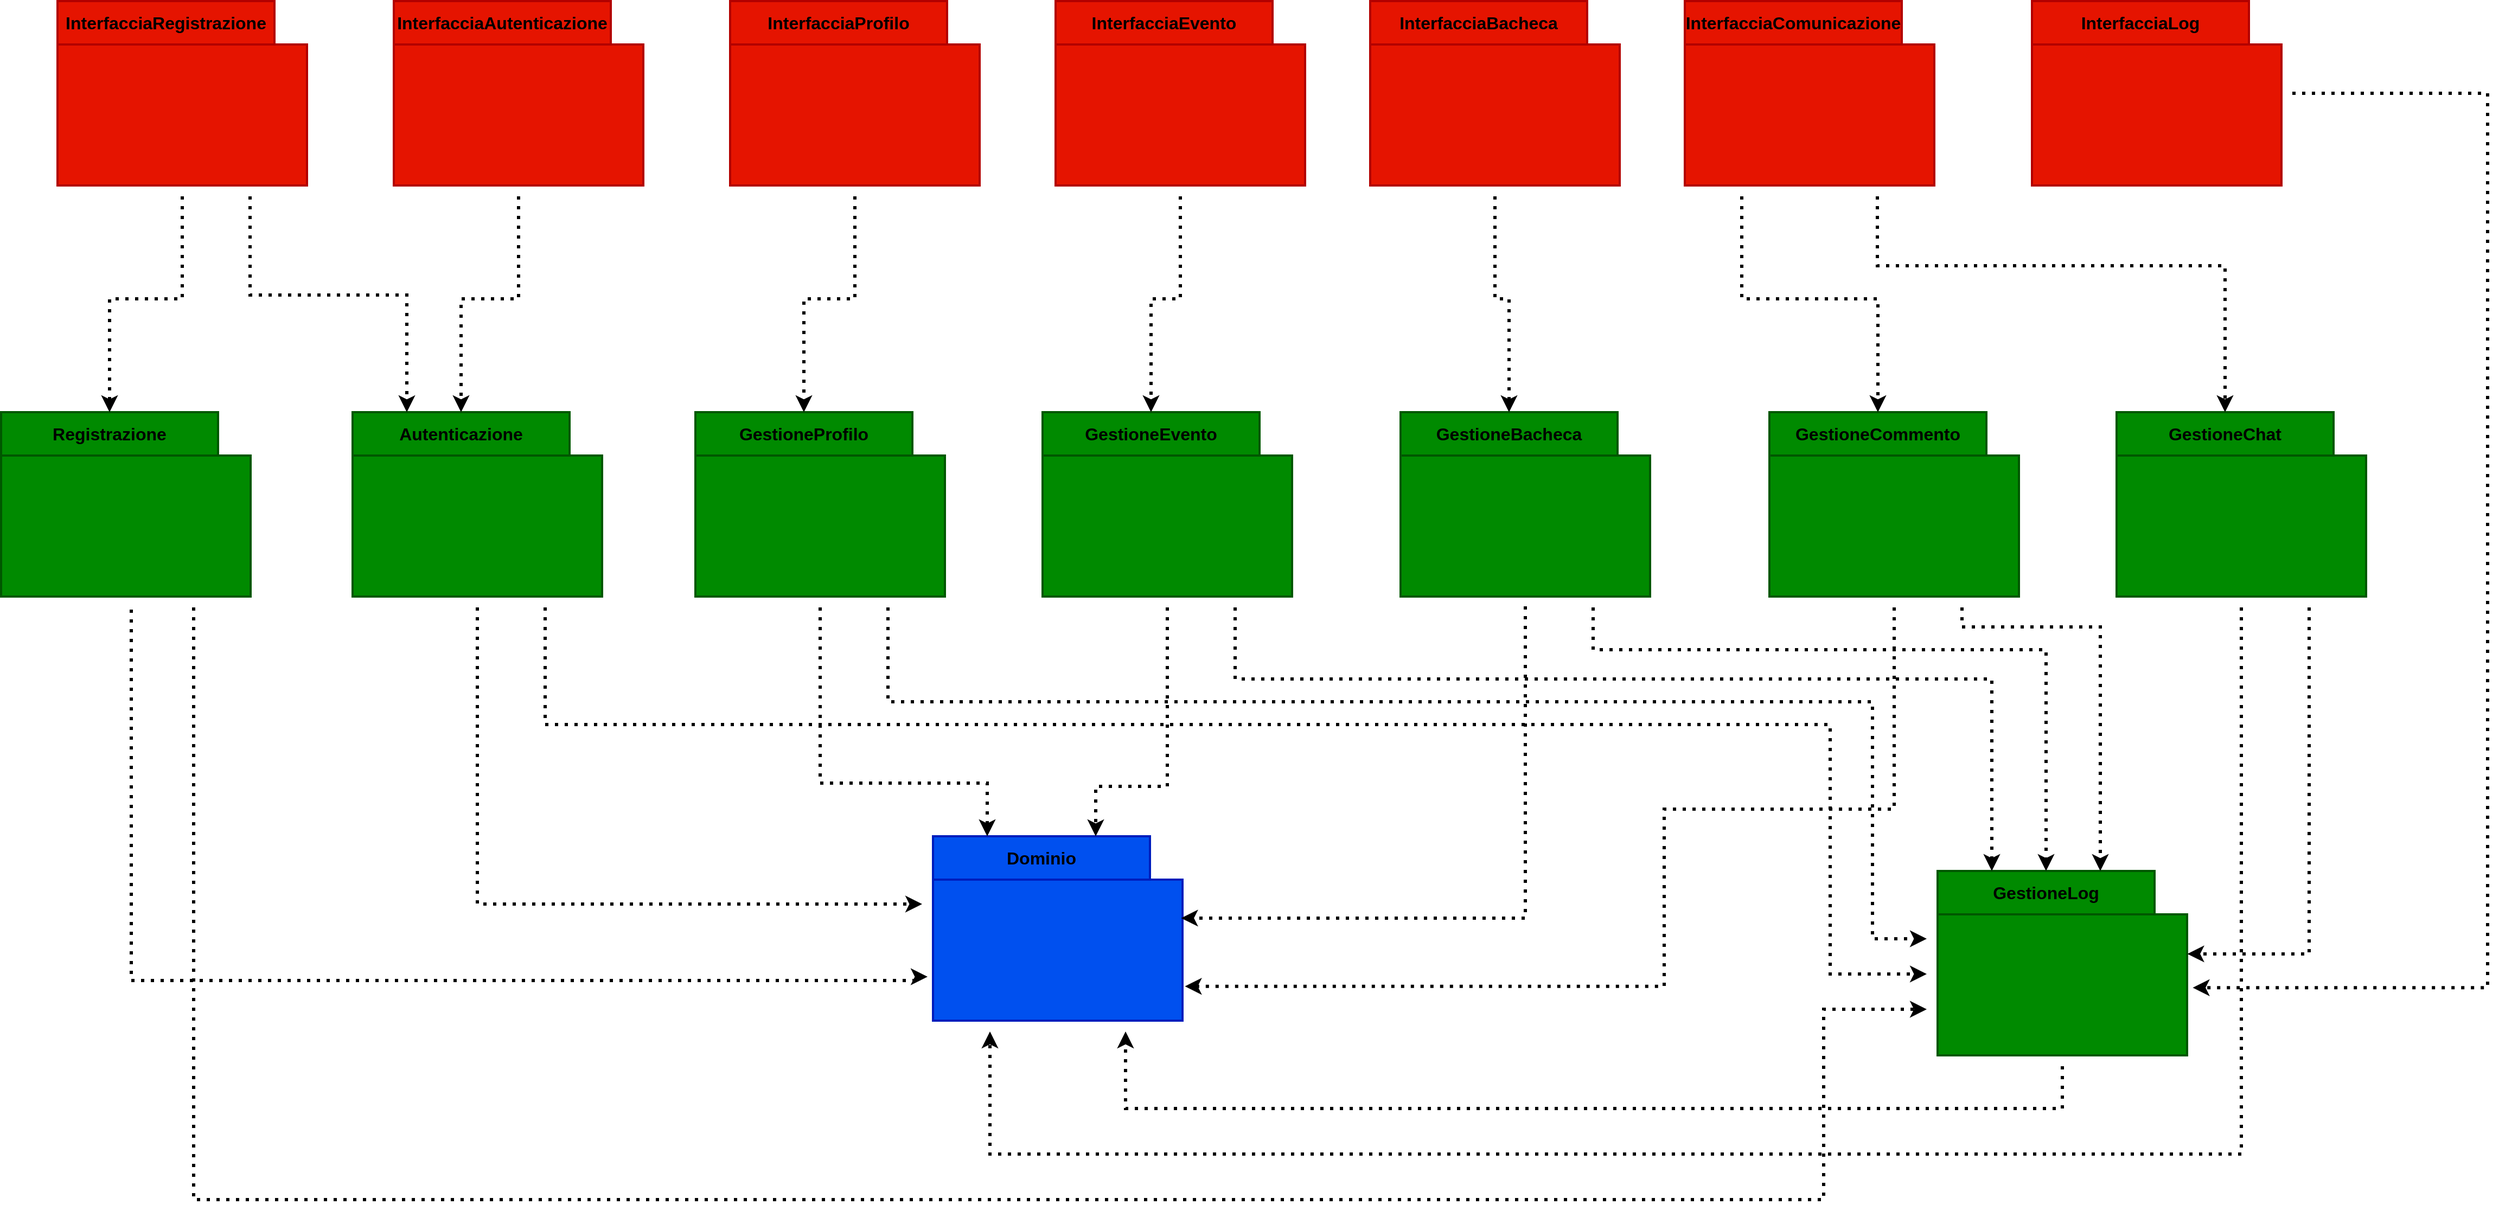
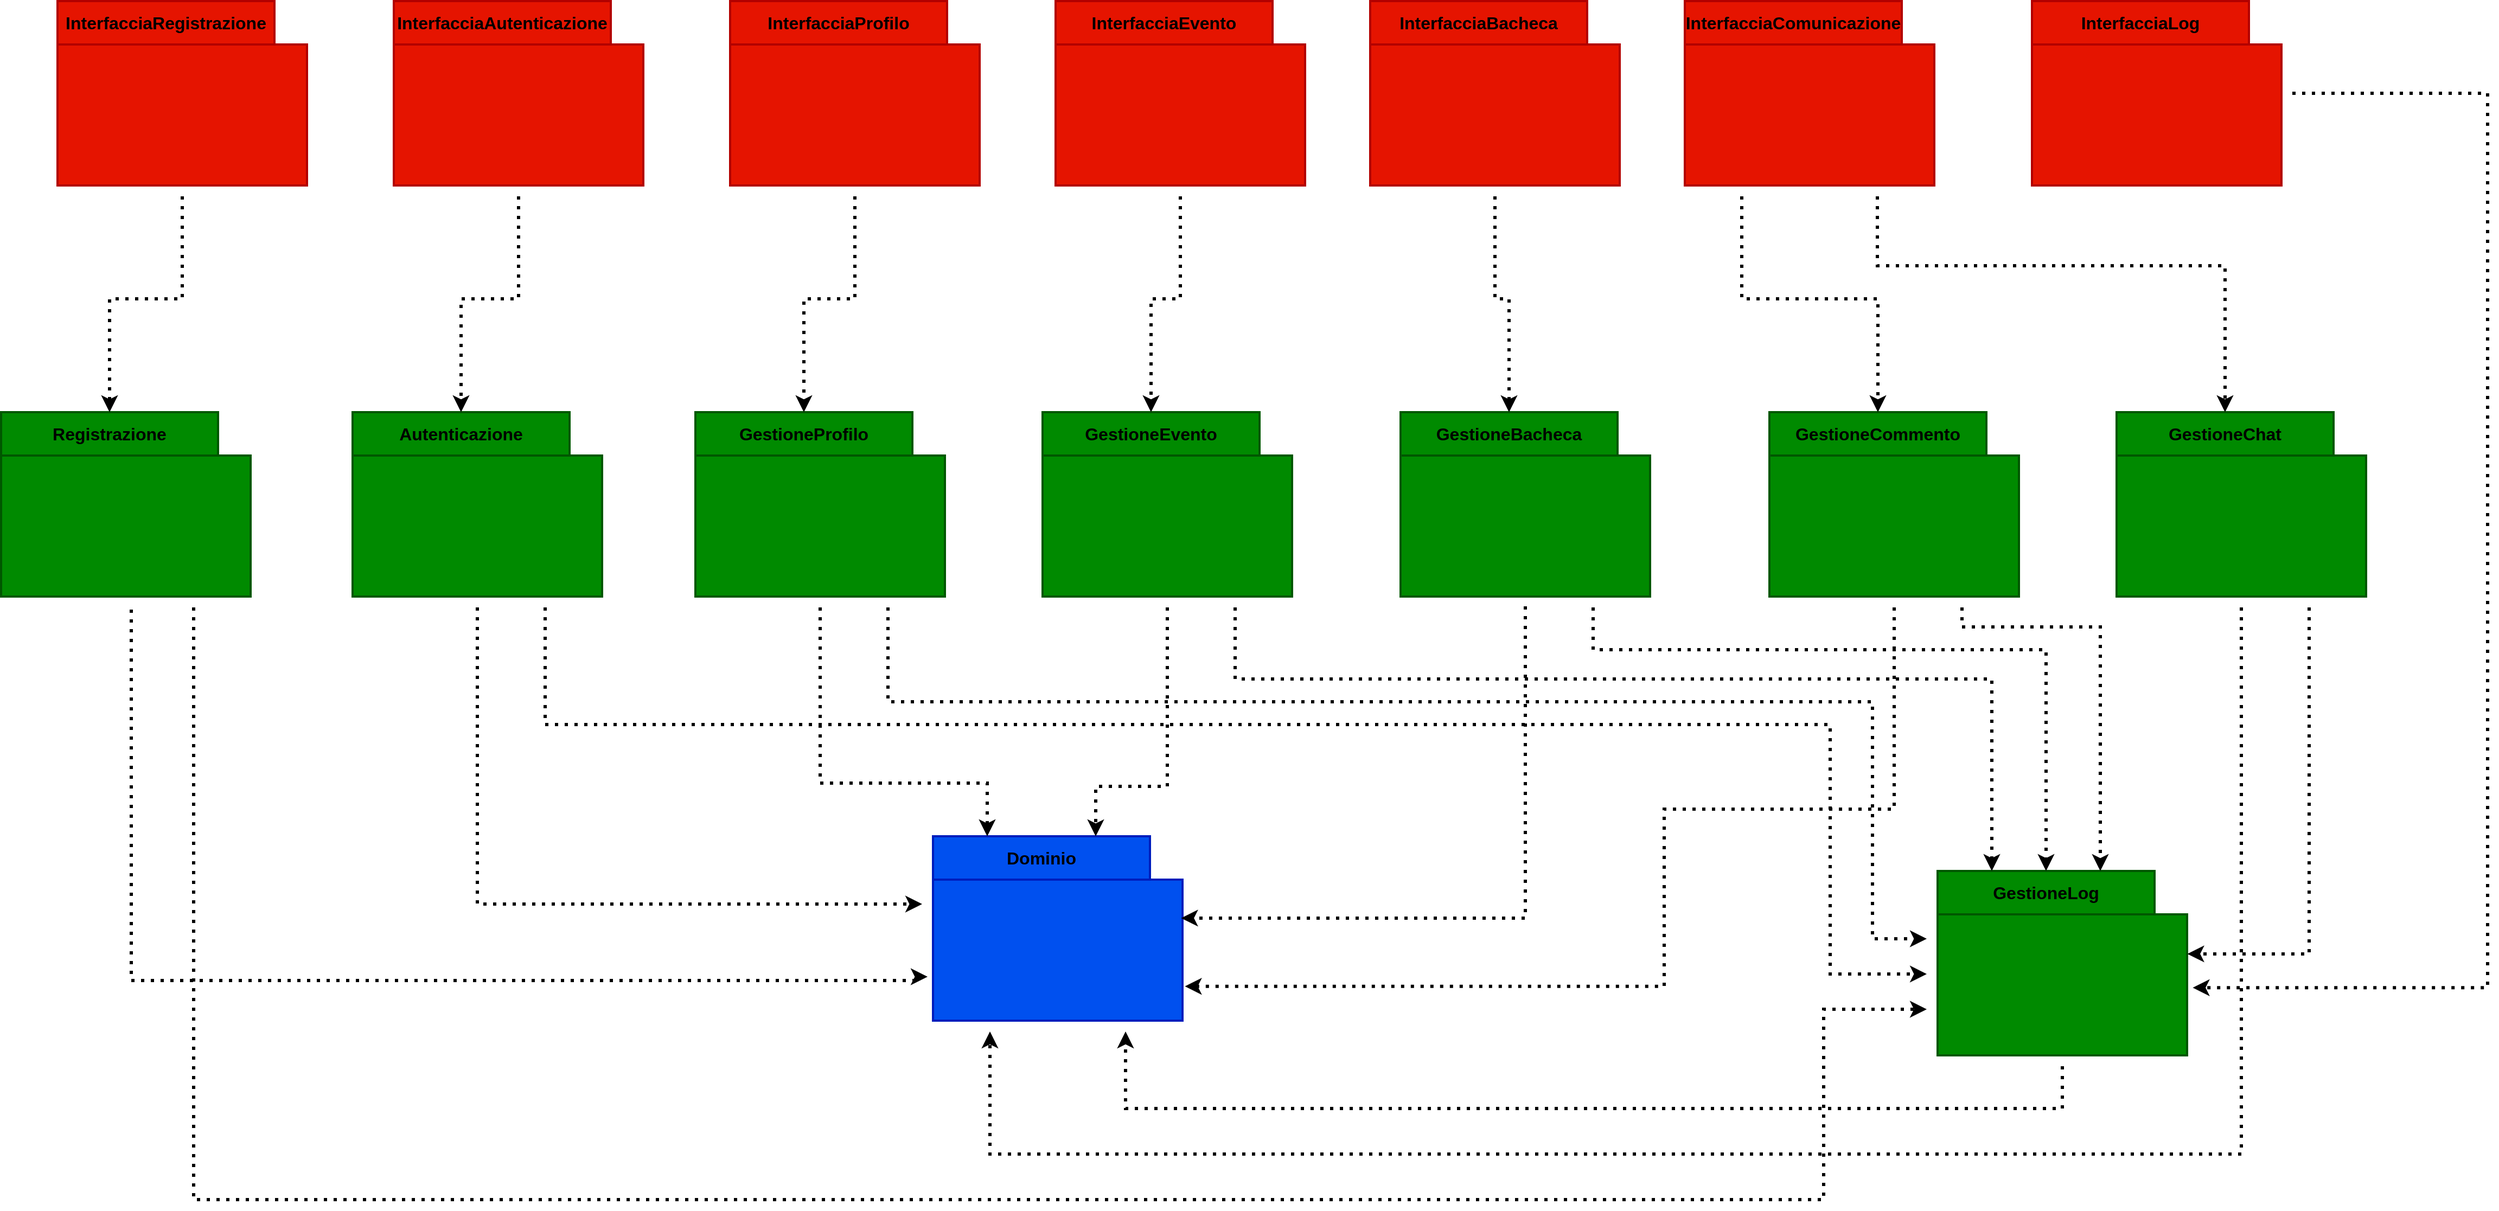
<mxfile host="app.diagrams.net">
  <diagram name="Pagina-1" id="C6Xn9rWfcdTAfyNl7rNL">
-     <mxGraphModel dx="2782" dy="958" grid="1" gridSize="3" guides="1" tooltips="1" connect="1" arrows="1" fold="1" page="1" pageScale="1" pageWidth="827" pageHeight="1169" background="#FFFFFF" math="0" shadow="0">
+     <mxGraphModel dx="1959" dy="555" grid="1" gridSize="3" guides="1" tooltips="1" connect="1" arrows="1" fold="1" page="1" pageScale="1" pageWidth="827" pageHeight="1169" background="#FFFFFF" math="0" shadow="0">
      <root>
        <mxCell id="0" />
        <mxCell id="1" parent="0" />
        <mxCell id="OB_2Yb948cWARCzSrTNX-7" connectable="0" parent="1" style="group" value="" vertex="1">
          <mxGeometry height="170" width="230" x="-257" y="20" as="geometry" />
        </mxCell>
        <mxCell id="OB_2Yb948cWARCzSrTNX-8" parent="OB_2Yb948cWARCzSrTNX-7" style="shape=folder;fontStyle=1;spacingTop=10;tabWidth=200;tabHeight=40;tabPosition=left;html=1;whiteSpace=wrap;labelPosition=center;verticalLabelPosition=middle;align=center;verticalAlign=middle;noLabel=0;enumerate=0;fillColor=#e51400;fontColor=#ffffff;strokeColor=light-dark(#B20000,#FFFFFF);perimeterSpacing=10;strokeWidth=2;" value="" vertex="1">
          <mxGeometry height="170" width="230" as="geometry" />
        </mxCell>
        <mxCell id="OB_2Yb948cWARCzSrTNX-9" parent="OB_2Yb948cWARCzSrTNX-7" style="text;html=1;whiteSpace=wrap;align=center;verticalAlign=middle;rounded=0;" value="&lt;font style=&quot;color: light-dark(rgb(0, 0, 0), rgb(0, 0, 0)); font-size: 16px;&quot;&gt;&lt;b style=&quot;&quot;&gt;InterfacciaRegistrazione&lt;/b&gt;&lt;/font&gt;" vertex="1">
          <mxGeometry height="39" width="200" as="geometry" />
        </mxCell>
        <mxCell id="OB_2Yb948cWARCzSrTNX-25" connectable="0" parent="1" style="group" value="" vertex="1">
          <mxGeometry height="170" width="230" x="53" y="20" as="geometry" />
        </mxCell>
        <mxCell id="OB_2Yb948cWARCzSrTNX-26" parent="OB_2Yb948cWARCzSrTNX-25" style="shape=folder;fontStyle=1;spacingTop=10;tabWidth=200;tabHeight=40;tabPosition=left;html=1;whiteSpace=wrap;labelPosition=center;verticalLabelPosition=middle;align=center;verticalAlign=middle;noLabel=0;enumerate=0;fillColor=#e51400;fontColor=#ffffff;strokeColor=light-dark(#B20000,#FFFFFF);perimeterSpacing=10;strokeWidth=2;" value="" vertex="1">
          <mxGeometry height="170" width="230" as="geometry" />
        </mxCell>
        <mxCell id="OB_2Yb948cWARCzSrTNX-27" parent="OB_2Yb948cWARCzSrTNX-25" style="text;html=1;whiteSpace=wrap;align=center;verticalAlign=middle;rounded=0;" value="&lt;font style=&quot;color: light-dark(rgb(0, 0, 0), rgb(0, 0, 0)); font-size: 16px;&quot;&gt;&lt;b style=&quot;&quot;&gt;InterfacciaAutenticazione&lt;/b&gt;&lt;/font&gt;" vertex="1">
          <mxGeometry height="39" width="200" as="geometry" />
        </mxCell>
        <mxCell id="OB_2Yb948cWARCzSrTNX-29" connectable="0" parent="1" style="group" value="" vertex="1">
          <mxGeometry height="170" width="230" x="363" y="20" as="geometry" />
        </mxCell>
        <mxCell id="OB_2Yb948cWARCzSrTNX-30" parent="OB_2Yb948cWARCzSrTNX-29" style="shape=folder;fontStyle=1;spacingTop=10;tabWidth=200;tabHeight=40;tabPosition=left;html=1;whiteSpace=wrap;labelPosition=center;verticalLabelPosition=middle;align=center;verticalAlign=middle;noLabel=0;enumerate=0;fillColor=#e51400;fontColor=#ffffff;strokeColor=light-dark(#B20000,#FFFFFF);perimeterSpacing=10;strokeWidth=2;" value="" vertex="1">
          <mxGeometry height="170" width="230" as="geometry" />
        </mxCell>
        <mxCell id="OB_2Yb948cWARCzSrTNX-31" parent="OB_2Yb948cWARCzSrTNX-29" style="text;html=1;whiteSpace=wrap;align=center;verticalAlign=middle;rounded=0;" value="&lt;font style=&quot;color: light-dark(rgb(0, 0, 0), rgb(0, 0, 0)); font-size: 16px;&quot;&gt;&lt;b style=&quot;&quot;&gt;InterfacciaProfilo&lt;/b&gt;&lt;/font&gt;" vertex="1">
          <mxGeometry height="39" width="200" as="geometry" />
        </mxCell>
        <mxCell id="OB_2Yb948cWARCzSrTNX-32" connectable="0" parent="1" style="group" value="" vertex="1">
          <mxGeometry height="170" width="230" x="663" y="20" as="geometry" />
        </mxCell>
        <mxCell id="OB_2Yb948cWARCzSrTNX-33" parent="OB_2Yb948cWARCzSrTNX-32" style="shape=folder;fontStyle=1;spacingTop=10;tabWidth=200;tabHeight=40;tabPosition=left;html=1;whiteSpace=wrap;labelPosition=center;verticalLabelPosition=middle;align=center;verticalAlign=middle;noLabel=0;enumerate=0;fillColor=#e51400;fontColor=#ffffff;strokeColor=light-dark(#B20000,#FFFFFF);perimeterSpacing=10;strokeWidth=2;" value="" vertex="1">
          <mxGeometry height="170" width="230" as="geometry" />
        </mxCell>
        <mxCell id="OB_2Yb948cWARCzSrTNX-34" parent="OB_2Yb948cWARCzSrTNX-32" style="text;html=1;whiteSpace=wrap;align=center;verticalAlign=middle;rounded=0;" value="&lt;font style=&quot;color: light-dark(rgb(0, 0, 0), rgb(0, 0, 0)); font-size: 16px;&quot;&gt;&lt;b style=&quot;&quot;&gt;InterfacciaEvento&lt;/b&gt;&lt;/font&gt;" vertex="1">
          <mxGeometry height="39" width="200" as="geometry" />
        </mxCell>
        <mxCell id="OB_2Yb948cWARCzSrTNX-35" connectable="0" parent="1" style="group" value="" vertex="1">
          <mxGeometry height="170" width="230" x="1243" y="20" as="geometry" />
        </mxCell>
        <mxCell id="OB_2Yb948cWARCzSrTNX-36" parent="OB_2Yb948cWARCzSrTNX-35" style="shape=folder;fontStyle=1;spacingTop=10;tabWidth=200;tabHeight=40;tabPosition=left;html=1;whiteSpace=wrap;labelPosition=center;verticalLabelPosition=middle;align=center;verticalAlign=middle;noLabel=0;enumerate=0;fillColor=#e51400;fontColor=#ffffff;strokeColor=light-dark(#B20000,#FFFFFF);perimeterSpacing=10;strokeWidth=2;" value="" vertex="1">
          <mxGeometry height="170" width="230" as="geometry" />
        </mxCell>
        <mxCell id="OB_2Yb948cWARCzSrTNX-37" parent="OB_2Yb948cWARCzSrTNX-35" style="text;html=1;whiteSpace=wrap;align=center;verticalAlign=middle;rounded=0;" value="&lt;font style=&quot;color: light-dark(rgb(0, 0, 0), rgb(0, 0, 0)); font-size: 16px;&quot;&gt;&lt;b style=&quot;&quot;&gt;InterfacciaComunicazione&lt;/b&gt;&lt;/font&gt;" vertex="1">
          <mxGeometry height="39" width="200" as="geometry" />
        </mxCell>
        <mxCell id="OB_2Yb948cWARCzSrTNX-38" connectable="0" parent="1" style="group" value="" vertex="1">
          <mxGeometry height="170" width="230" x="1563" y="20" as="geometry" />
        </mxCell>
        <mxCell id="OB_2Yb948cWARCzSrTNX-39" parent="OB_2Yb948cWARCzSrTNX-38" style="shape=folder;fontStyle=1;spacingTop=10;tabWidth=200;tabHeight=40;tabPosition=left;html=1;whiteSpace=wrap;labelPosition=center;verticalLabelPosition=middle;align=center;verticalAlign=middle;noLabel=0;enumerate=0;fillColor=#e51400;fontColor=#ffffff;strokeColor=light-dark(#B20000,#FFFFFF);perimeterSpacing=10;strokeWidth=2;" value="" vertex="1">
          <mxGeometry height="170" width="230" as="geometry" />
        </mxCell>
        <mxCell id="OB_2Yb948cWARCzSrTNX-40" parent="OB_2Yb948cWARCzSrTNX-38" style="text;html=1;whiteSpace=wrap;align=center;verticalAlign=middle;rounded=0;" value="&lt;font style=&quot;color: light-dark(rgb(0, 0, 0), rgb(0, 0, 0)); font-size: 16px;&quot;&gt;&lt;b style=&quot;&quot;&gt;InterfacciaLog&lt;/b&gt;&lt;/font&gt;" vertex="1">
          <mxGeometry height="39" width="200" as="geometry" />
        </mxCell>
        <mxCell id="OB_2Yb948cWARCzSrTNX-41" connectable="0" parent="1" style="group;strokeWidth=2;strokeColor=none;" value="" vertex="1">
          <mxGeometry height="170" width="230" x="550" y="790" as="geometry" />
        </mxCell>
        <mxCell id="OB_2Yb948cWARCzSrTNX-42" parent="OB_2Yb948cWARCzSrTNX-41" style="shape=folder;fontStyle=1;spacingTop=10;tabWidth=200;tabHeight=40;tabPosition=left;html=1;whiteSpace=wrap;labelPosition=center;verticalLabelPosition=middle;align=center;verticalAlign=middle;noLabel=0;enumerate=0;fillColor=#0050ef;fontColor=#ffffff;strokeColor=light-dark(#001DBC,#FFFFFF);perimeterSpacing=10;strokeWidth=2;" value="" vertex="1">
          <mxGeometry height="170" width="230" as="geometry" />
        </mxCell>
        <mxCell id="OB_2Yb948cWARCzSrTNX-43" parent="OB_2Yb948cWARCzSrTNX-41" style="text;html=1;whiteSpace=wrap;align=center;verticalAlign=middle;rounded=0;" value="&lt;font style=&quot;color: light-dark(rgb(0, 0, 0), rgb(0, 0, 0)); font-size: 16px;&quot;&gt;&lt;b style=&quot;&quot;&gt;Dominio&lt;/b&gt;&lt;/font&gt;" vertex="1">
          <mxGeometry height="39" width="200" as="geometry" />
        </mxCell>
        <mxCell id="OB_2Yb948cWARCzSrTNX-44" connectable="0" parent="1" style="group" value="" vertex="1">
          <mxGeometry height="170" width="230" x="953" y="20" as="geometry" />
        </mxCell>
        <mxCell id="OB_2Yb948cWARCzSrTNX-45" parent="OB_2Yb948cWARCzSrTNX-44" style="shape=folder;fontStyle=1;spacingTop=10;tabWidth=200;tabHeight=40;tabPosition=left;html=1;whiteSpace=wrap;labelPosition=center;verticalLabelPosition=middle;align=center;verticalAlign=middle;noLabel=0;enumerate=0;fillColor=#e51400;fontColor=#ffffff;strokeColor=light-dark(#B20000,#FFFFFF);perimeterSpacing=10;strokeWidth=2;" value="" vertex="1">
          <mxGeometry height="170" width="230" as="geometry" />
        </mxCell>
        <mxCell id="OB_2Yb948cWARCzSrTNX-46" parent="OB_2Yb948cWARCzSrTNX-44" style="text;html=1;whiteSpace=wrap;align=center;verticalAlign=middle;rounded=0;" value="&lt;font style=&quot;color: light-dark(rgb(0, 0, 0), rgb(0, 0, 0)); font-size: 16px;&quot;&gt;&lt;b style=&quot;&quot;&gt;InterfacciaBacheca&lt;/b&gt;&lt;/font&gt;" vertex="1">
          <mxGeometry height="39" width="200" as="geometry" />
        </mxCell>
        <mxCell id="OB_2Yb948cWARCzSrTNX-47" connectable="0" parent="1" style="group" value="" vertex="1">
          <mxGeometry height="170" width="230" x="-309" y="399" as="geometry" />
        </mxCell>
        <mxCell id="OB_2Yb948cWARCzSrTNX-48" parent="OB_2Yb948cWARCzSrTNX-47" style="shape=folder;fontStyle=1;spacingTop=10;tabWidth=200;tabHeight=40;tabPosition=left;html=1;whiteSpace=wrap;labelPosition=center;verticalLabelPosition=middle;align=center;verticalAlign=middle;noLabel=0;enumerate=0;fillColor=#008a00;fontColor=#ffffff;strokeColor=light-dark(#005700,#FFFFFF);perimeterSpacing=10;strokeWidth=2;" value="" vertex="1">
          <mxGeometry height="170" width="230" as="geometry" />
        </mxCell>
        <mxCell id="OB_2Yb948cWARCzSrTNX-49" parent="OB_2Yb948cWARCzSrTNX-47" style="text;html=1;whiteSpace=wrap;align=center;verticalAlign=middle;rounded=0;" value="&lt;font style=&quot;color: light-dark(rgb(0, 0, 0), rgb(0, 0, 0)); font-size: 16px;&quot;&gt;&lt;b style=&quot;&quot;&gt;Registrazione&lt;/b&gt;&lt;/font&gt;" vertex="1">
          <mxGeometry height="39" width="200" as="geometry" />
        </mxCell>
        <mxCell id="OB_2Yb948cWARCzSrTNX-50" connectable="0" parent="1" style="group" value="" vertex="1">
          <mxGeometry height="170" width="230" x="15" y="399" as="geometry" />
        </mxCell>
        <mxCell id="OB_2Yb948cWARCzSrTNX-51" parent="OB_2Yb948cWARCzSrTNX-50" style="shape=folder;fontStyle=1;spacingTop=10;tabWidth=200;tabHeight=40;tabPosition=left;html=1;whiteSpace=wrap;labelPosition=center;verticalLabelPosition=middle;align=center;verticalAlign=middle;noLabel=0;enumerate=0;fillColor=#008a00;fontColor=#ffffff;strokeColor=light-dark(#005700,#FFFFFF);perimeterSpacing=10;strokeWidth=2;" value="" vertex="1">
          <mxGeometry height="170" width="230" as="geometry" />
        </mxCell>
        <mxCell id="OB_2Yb948cWARCzSrTNX-52" parent="OB_2Yb948cWARCzSrTNX-50" style="text;html=1;whiteSpace=wrap;align=center;verticalAlign=middle;rounded=0;" value="&lt;font style=&quot;color: light-dark(rgb(0, 0, 0), rgb(0, 0, 0)); font-size: 16px;&quot;&gt;&lt;b style=&quot;&quot;&gt;Autenticazione&lt;/b&gt;&lt;/font&gt;" vertex="1">
          <mxGeometry height="39" width="200" as="geometry" />
        </mxCell>
        <mxCell id="OB_2Yb948cWARCzSrTNX-53" connectable="0" parent="1" style="group" value="" vertex="1">
          <mxGeometry height="170" width="230" x="331" y="399" as="geometry" />
        </mxCell>
        <mxCell id="OB_2Yb948cWARCzSrTNX-54" parent="OB_2Yb948cWARCzSrTNX-53" style="shape=folder;fontStyle=1;spacingTop=10;tabWidth=200;tabHeight=40;tabPosition=left;html=1;whiteSpace=wrap;labelPosition=center;verticalLabelPosition=middle;align=center;verticalAlign=middle;noLabel=0;enumerate=0;fillColor=#008a00;fontColor=#ffffff;strokeColor=light-dark(#005700,#FFFFFF);perimeterSpacing=10;strokeWidth=2;" value="" vertex="1">
          <mxGeometry height="170" width="230" as="geometry" />
        </mxCell>
        <mxCell id="OB_2Yb948cWARCzSrTNX-55" parent="OB_2Yb948cWARCzSrTNX-53" style="text;html=1;whiteSpace=wrap;align=center;verticalAlign=middle;rounded=0;" value="&lt;font style=&quot;color: light-dark(rgb(0, 0, 0), rgb(0, 0, 0)); font-size: 16px;&quot;&gt;&lt;b style=&quot;&quot;&gt;GestioneProfilo&lt;/b&gt;&lt;/font&gt;" vertex="1">
          <mxGeometry height="39" width="200" as="geometry" />
        </mxCell>
        <mxCell id="OB_2Yb948cWARCzSrTNX-56" connectable="0" parent="1" style="group" value="" vertex="1">
          <mxGeometry height="170" width="230" x="651" y="399" as="geometry" />
        </mxCell>
        <mxCell id="OB_2Yb948cWARCzSrTNX-57" parent="OB_2Yb948cWARCzSrTNX-56" style="shape=folder;fontStyle=1;spacingTop=10;tabWidth=200;tabHeight=40;tabPosition=left;html=1;whiteSpace=wrap;labelPosition=center;verticalLabelPosition=middle;align=center;verticalAlign=middle;noLabel=0;enumerate=0;fillColor=#008a00;fontColor=#ffffff;strokeColor=light-dark(#005700,#FFFFFF);perimeterSpacing=10;strokeWidth=2;" value="" vertex="1">
          <mxGeometry height="170" width="230" as="geometry" />
        </mxCell>
        <mxCell id="OB_2Yb948cWARCzSrTNX-58" parent="OB_2Yb948cWARCzSrTNX-56" style="text;html=1;whiteSpace=wrap;align=center;verticalAlign=middle;rounded=0;" value="&lt;font style=&quot;color: light-dark(rgb(0, 0, 0), rgb(0, 0, 0)); font-size: 16px;&quot;&gt;&lt;b&gt;Gestione&lt;/b&gt;&lt;b style=&quot;&quot;&gt;Evento&lt;/b&gt;&lt;/font&gt;" vertex="1">
          <mxGeometry height="39" width="200" as="geometry" />
        </mxCell>
        <mxCell id="OB_2Yb948cWARCzSrTNX-59" connectable="0" parent="1" style="group" value="" vertex="1">
          <mxGeometry height="170" width="230" x="981" y="399" as="geometry" />
        </mxCell>
        <mxCell id="OB_2Yb948cWARCzSrTNX-60" parent="OB_2Yb948cWARCzSrTNX-59" style="shape=folder;fontStyle=1;spacingTop=10;tabWidth=200;tabHeight=40;tabPosition=left;html=1;whiteSpace=wrap;labelPosition=center;verticalLabelPosition=middle;align=center;verticalAlign=middle;noLabel=0;enumerate=0;fillColor=#008a00;fontColor=#ffffff;strokeColor=light-dark(#005700,#FFFFFF);perimeterSpacing=10;strokeWidth=2;" value="" vertex="1">
          <mxGeometry height="170" width="230" as="geometry" />
        </mxCell>
        <mxCell id="OB_2Yb948cWARCzSrTNX-61" parent="OB_2Yb948cWARCzSrTNX-59" style="text;html=1;whiteSpace=wrap;align=center;verticalAlign=middle;rounded=0;" value="&lt;font style=&quot;color: light-dark(rgb(0, 0, 0), rgb(0, 0, 0)); font-size: 16px;&quot;&gt;&lt;b&gt;Gestione&lt;/b&gt;&lt;b style=&quot;&quot;&gt;Bacheca&lt;/b&gt;&lt;/font&gt;" vertex="1">
          <mxGeometry height="39" width="200" as="geometry" />
        </mxCell>
        <mxCell id="OB_2Yb948cWARCzSrTNX-62" connectable="0" parent="1" style="group" value="" vertex="1">
          <mxGeometry height="170" width="230" x="1321" y="399" as="geometry" />
        </mxCell>
        <mxCell id="OB_2Yb948cWARCzSrTNX-63" parent="OB_2Yb948cWARCzSrTNX-62" style="shape=folder;fontStyle=1;spacingTop=10;tabWidth=200;tabHeight=40;tabPosition=left;html=1;whiteSpace=wrap;labelPosition=center;verticalLabelPosition=middle;align=center;verticalAlign=middle;noLabel=0;enumerate=0;fillColor=#008a00;fontColor=#ffffff;strokeColor=light-dark(#005700,#FFFFFF);perimeterSpacing=10;strokeWidth=2;" value="" vertex="1">
          <mxGeometry height="170" width="230" as="geometry" />
        </mxCell>
        <mxCell id="OB_2Yb948cWARCzSrTNX-64" parent="OB_2Yb948cWARCzSrTNX-62" style="text;html=1;whiteSpace=wrap;align=center;verticalAlign=middle;rounded=0;" value="&lt;font style=&quot;color: light-dark(rgb(0, 0, 0), rgb(0, 0, 0)); font-size: 16px;&quot;&gt;&lt;b&gt;Gestione&lt;/b&gt;&lt;b style=&quot;&quot;&gt;Commento&lt;/b&gt;&lt;/font&gt;" vertex="1">
          <mxGeometry height="39" width="200" as="geometry" />
        </mxCell>
        <mxCell id="OB_2Yb948cWARCzSrTNX-65" connectable="0" parent="1" style="group" value="" vertex="1">
          <mxGeometry height="170" width="230" x="1641" y="399" as="geometry" />
        </mxCell>
        <mxCell id="OB_2Yb948cWARCzSrTNX-66" parent="OB_2Yb948cWARCzSrTNX-65" style="shape=folder;fontStyle=1;spacingTop=10;tabWidth=200;tabHeight=40;tabPosition=left;html=1;whiteSpace=wrap;labelPosition=center;verticalLabelPosition=middle;align=center;verticalAlign=middle;noLabel=0;enumerate=0;fillColor=#008a00;fontColor=#ffffff;strokeColor=light-dark(#005700,#FFFFFF);perimeterSpacing=10;strokeWidth=2;" value="" vertex="1">
          <mxGeometry height="170" width="230" as="geometry" />
        </mxCell>
        <mxCell id="OB_2Yb948cWARCzSrTNX-67" parent="OB_2Yb948cWARCzSrTNX-65" style="text;html=1;whiteSpace=wrap;align=center;verticalAlign=middle;rounded=0;" value="&lt;font style=&quot;color: light-dark(rgb(0, 0, 0), rgb(0, 0, 0)); font-size: 16px;&quot;&gt;&lt;b&gt;Gestione&lt;/b&gt;&lt;b style=&quot;&quot;&gt;Chat&lt;/b&gt;&lt;/font&gt;" vertex="1">
          <mxGeometry height="39" width="200" as="geometry" />
        </mxCell>
        <mxCell id="OB_2Yb948cWARCzSrTNX-68" connectable="0" parent="1" style="group" value="" vertex="1">
          <mxGeometry height="170" width="230" x="1476" y="822" as="geometry" />
        </mxCell>
        <mxCell id="OB_2Yb948cWARCzSrTNX-69" parent="OB_2Yb948cWARCzSrTNX-68" style="shape=folder;fontStyle=1;spacingTop=10;tabWidth=200;tabHeight=40;tabPosition=left;html=1;whiteSpace=wrap;labelPosition=center;verticalLabelPosition=middle;align=center;verticalAlign=middle;noLabel=0;enumerate=0;fillColor=#008a00;fontColor=#ffffff;strokeColor=light-dark(#005700,#FFFFFF);perimeterSpacing=10;strokeWidth=2;" value="" vertex="1">
          <mxGeometry height="170" width="230" as="geometry" />
        </mxCell>
        <mxCell id="OB_2Yb948cWARCzSrTNX-70" parent="OB_2Yb948cWARCzSrTNX-68" style="text;html=1;whiteSpace=wrap;align=center;verticalAlign=middle;rounded=0;" value="&lt;font style=&quot;color: light-dark(rgb(0, 0, 0), rgb(0, 0, 0)); font-size: 16px;&quot;&gt;&lt;b&gt;Gestione&lt;/b&gt;&lt;b style=&quot;&quot;&gt;Log&lt;/b&gt;&lt;/font&gt;" vertex="1">
          <mxGeometry height="39" width="200" as="geometry" />
        </mxCell>
        <mxCell id="jg5ry6Tag9c-0YkKa8EB-1" edge="1" parent="1" source="OB_2Yb948cWARCzSrTNX-8" style="edgeStyle=orthogonalEdgeStyle;rounded=0;orthogonalLoop=1;jettySize=auto;html=1;entryX=0.5;entryY=0;entryDx=0;entryDy=0;dashed=1;dashPattern=1 2;strokeWidth=3;" target="OB_2Yb948cWARCzSrTNX-49">
          <mxGeometry relative="1" as="geometry" />
        </mxCell>
        <mxCell id="jg5ry6Tag9c-0YkKa8EB-2" edge="1" parent="1" source="OB_2Yb948cWARCzSrTNX-26" style="edgeStyle=orthogonalEdgeStyle;rounded=0;orthogonalLoop=1;jettySize=auto;html=1;entryX=0.5;entryY=0;entryDx=0;entryDy=0;dashed=1;dashPattern=1 2;strokeWidth=3;" target="OB_2Yb948cWARCzSrTNX-52">
          <mxGeometry relative="1" as="geometry" />
        </mxCell>
        <mxCell id="jg5ry6Tag9c-0YkKa8EB-3" edge="1" parent="1" source="OB_2Yb948cWARCzSrTNX-30" style="edgeStyle=orthogonalEdgeStyle;rounded=0;orthogonalLoop=1;jettySize=auto;html=1;exitX=0.5;exitY=1;exitDx=0;exitDy=0;exitPerimeter=0;entryX=0.5;entryY=0;entryDx=0;entryDy=0;dashed=1;dashPattern=1 2;strokeWidth=3;" target="OB_2Yb948cWARCzSrTNX-55">
          <mxGeometry relative="1" as="geometry" />
        </mxCell>
        <mxCell id="jg5ry6Tag9c-0YkKa8EB-4" edge="1" parent="1" source="OB_2Yb948cWARCzSrTNX-33" style="edgeStyle=orthogonalEdgeStyle;rounded=0;orthogonalLoop=1;jettySize=auto;html=1;exitX=0.5;exitY=1;exitDx=0;exitDy=0;exitPerimeter=0;entryX=0.5;entryY=0;entryDx=0;entryDy=0;dashed=1;dashPattern=1 2;strokeWidth=3;" target="OB_2Yb948cWARCzSrTNX-58">
          <mxGeometry relative="1" as="geometry" />
        </mxCell>
        <mxCell id="jg5ry6Tag9c-0YkKa8EB-5" edge="1" parent="1" source="OB_2Yb948cWARCzSrTNX-45" style="edgeStyle=orthogonalEdgeStyle;rounded=0;orthogonalLoop=1;jettySize=auto;html=1;entryX=0.5;entryY=0;entryDx=0;entryDy=0;dashed=1;dashPattern=1 2;strokeWidth=3;" target="OB_2Yb948cWARCzSrTNX-61">
          <mxGeometry relative="1" as="geometry" />
        </mxCell>
        <mxCell id="jg5ry6Tag9c-0YkKa8EB-6" edge="1" parent="1" source="OB_2Yb948cWARCzSrTNX-36" style="edgeStyle=orthogonalEdgeStyle;rounded=0;orthogonalLoop=1;jettySize=auto;html=1;exitX=0.25;exitY=1;exitDx=0;exitDy=0;exitPerimeter=0;entryX=0.5;entryY=0;entryDx=0;entryDy=0;dashed=1;dashPattern=1 2;strokeWidth=3;" target="OB_2Yb948cWARCzSrTNX-64">
          <mxGeometry relative="1" as="geometry" />
        </mxCell>
        <mxCell id="jg5ry6Tag9c-0YkKa8EB-7" edge="1" parent="1" source="OB_2Yb948cWARCzSrTNX-36" style="edgeStyle=orthogonalEdgeStyle;rounded=0;orthogonalLoop=1;jettySize=auto;html=1;exitX=0.75;exitY=1;exitDx=0;exitDy=0;exitPerimeter=0;entryX=0.5;entryY=0;entryDx=0;entryDy=0;dashed=1;dashPattern=1 2;strokeWidth=3;" target="OB_2Yb948cWARCzSrTNX-67">
          <mxGeometry relative="1" as="geometry">
            <Array as="points">
              <mxPoint x="1421" y="264" />
              <mxPoint x="1741" y="264" />
            </Array>
          </mxGeometry>
        </mxCell>
        <mxCell id="jg5ry6Tag9c-0YkKa8EB-9" edge="1" parent="1" source="OB_2Yb948cWARCzSrTNX-39" style="edgeStyle=orthogonalEdgeStyle;rounded=0;orthogonalLoop=1;jettySize=auto;html=1;dashed=1;dashPattern=1 2;strokeWidth=3;entryX=0.981;entryY=0.619;entryDx=0;entryDy=0;entryPerimeter=0;" target="OB_2Yb948cWARCzSrTNX-69">
          <mxGeometry relative="1" as="geometry">
            <Array as="points">
              <mxPoint x="1983" y="105" />
              <mxPoint x="1983" y="930" />
            </Array>
            <mxPoint x="1722" y="930" as="targetPoint" />
          </mxGeometry>
        </mxCell>
        <mxCell id="jg5ry6Tag9c-0YkKa8EB-10" edge="1" parent="1" style="edgeStyle=orthogonalEdgeStyle;rounded=0;orthogonalLoop=1;jettySize=auto;html=1;entryX=0;entryY=0;entryDx=0;entryDy=137.5;entryPerimeter=0;dashed=1;dashPattern=1 2;strokeWidth=3;">
          <mxGeometry relative="1" as="geometry">
            <Array as="points">
              <mxPoint x="-189" y="923" />
              <mxPoint x="533" y="923" />
              <mxPoint x="533" y="919" />
            </Array>
            <mxPoint x="-189" y="581" as="sourcePoint" />
            <mxPoint x="545" y="919.5" as="targetPoint" />
          </mxGeometry>
        </mxCell>
        <mxCell id="jg5ry6Tag9c-0YkKa8EB-11" edge="1" parent="1" source="OB_2Yb948cWARCzSrTNX-51" style="edgeStyle=orthogonalEdgeStyle;rounded=0;orthogonalLoop=1;jettySize=auto;html=1;exitX=0.5;exitY=1;exitDx=0;exitDy=0;exitPerimeter=0;entryX=0;entryY=0;entryDx=0;entryDy=72.5;entryPerimeter=0;dashed=1;dashPattern=1 2;strokeWidth=3;" target="OB_2Yb948cWARCzSrTNX-42">
          <mxGeometry relative="1" as="geometry">
            <Array as="points">
              <mxPoint x="130" y="853" />
            </Array>
          </mxGeometry>
        </mxCell>
        <mxCell id="jg5ry6Tag9c-0YkKa8EB-12" edge="1" parent="1" source="OB_2Yb948cWARCzSrTNX-54" style="edgeStyle=orthogonalEdgeStyle;rounded=0;orthogonalLoop=1;jettySize=auto;html=1;exitX=0.5;exitY=1;exitDx=0;exitDy=0;exitPerimeter=0;entryX=0.25;entryY=0;entryDx=0;entryDy=0;strokeWidth=3;dashed=1;dashPattern=1 2;" target="OB_2Yb948cWARCzSrTNX-43">
          <mxGeometry relative="1" as="geometry">
            <Array as="points">
              <mxPoint x="446" y="741" />
              <mxPoint x="600" y="741" />
            </Array>
          </mxGeometry>
        </mxCell>
        <mxCell id="jg5ry6Tag9c-0YkKa8EB-13" edge="1" parent="1" source="OB_2Yb948cWARCzSrTNX-57" style="edgeStyle=orthogonalEdgeStyle;rounded=0;orthogonalLoop=1;jettySize=auto;html=1;exitX=0.5;exitY=1;exitDx=0;exitDy=0;exitPerimeter=0;entryX=0.75;entryY=0;entryDx=0;entryDy=0;dashed=1;dashPattern=1 2;strokeWidth=3;" target="OB_2Yb948cWARCzSrTNX-43">
          <mxGeometry relative="1" as="geometry">
            <Array as="points">
              <mxPoint x="766" y="744" />
              <mxPoint x="700" y="744" />
            </Array>
          </mxGeometry>
        </mxCell>
        <mxCell id="jg5ry6Tag9c-0YkKa8EB-14" edge="1" parent="1" style="edgeStyle=orthogonalEdgeStyle;rounded=0;orthogonalLoop=1;jettySize=auto;html=1;exitX=0.5;exitY=1;exitDx=0;exitDy=0;exitPerimeter=0;entryX=0.955;entryY=0.455;entryDx=0;entryDy=0;entryPerimeter=0;dashed=1;dashPattern=1 2;strokeWidth=3;">
          <mxGeometry relative="1" as="geometry">
            <Array as="points">
              <mxPoint x="1096" y="865" />
            </Array>
            <mxPoint x="1096" y="578" as="sourcePoint" />
            <mxPoint x="778.75" y="865.45" as="targetPoint" />
          </mxGeometry>
        </mxCell>
        <mxCell id="jg5ry6Tag9c-0YkKa8EB-15" edge="1" parent="1" source="OB_2Yb948cWARCzSrTNX-63" style="edgeStyle=orthogonalEdgeStyle;rounded=0;orthogonalLoop=1;jettySize=auto;html=1;entryX=0.969;entryY=0.781;entryDx=0;entryDy=0;entryPerimeter=0;dashed=1;dashPattern=1 2;strokeWidth=3;" target="OB_2Yb948cWARCzSrTNX-42">
          <mxGeometry relative="1" as="geometry">
            <Array as="points">
              <mxPoint x="1436" y="765" />
              <mxPoint x="1224" y="765" />
              <mxPoint x="1224" y="928" />
            </Array>
          </mxGeometry>
        </mxCell>
        <mxCell id="jg5ry6Tag9c-0YkKa8EB-16" edge="1" parent="1" source="OB_2Yb948cWARCzSrTNX-66" style="edgeStyle=orthogonalEdgeStyle;rounded=0;orthogonalLoop=1;jettySize=auto;html=1;entryX=0.25;entryY=1;entryDx=0;entryDy=0;entryPerimeter=0;dashed=1;dashPattern=1 2;strokeWidth=3;" target="OB_2Yb948cWARCzSrTNX-42">
          <mxGeometry relative="1" as="geometry">
            <Array as="points">
              <mxPoint x="1756" y="1083" />
              <mxPoint x="603" y="1083" />
            </Array>
          </mxGeometry>
        </mxCell>
        <mxCell id="jg5ry6Tag9c-0YkKa8EB-17" edge="1" parent="1" source="OB_2Yb948cWARCzSrTNX-66" style="edgeStyle=orthogonalEdgeStyle;rounded=0;orthogonalLoop=1;jettySize=auto;html=1;exitX=0.75;exitY=1;exitDx=0;exitDy=0;exitPerimeter=0;entryX=0.961;entryY=0.455;entryDx=0;entryDy=0;entryPerimeter=0;dashed=1;dashPattern=1 2;strokeWidth=3;" target="OB_2Yb948cWARCzSrTNX-69">
          <mxGeometry relative="1" as="geometry" />
        </mxCell>
        <mxCell id="jg5ry6Tag9c-0YkKa8EB-18" edge="1" parent="1" source="OB_2Yb948cWARCzSrTNX-63" style="edgeStyle=orthogonalEdgeStyle;rounded=0;orthogonalLoop=1;jettySize=auto;html=1;exitX=0.75;exitY=1;exitDx=0;exitDy=0;exitPerimeter=0;entryX=0.75;entryY=0;entryDx=0;entryDy=0;dashed=1;dashPattern=1 2;strokeWidth=3;" target="OB_2Yb948cWARCzSrTNX-70">
          <mxGeometry relative="1" as="geometry">
            <Array as="points">
              <mxPoint x="1499" y="597" />
              <mxPoint x="1626" y="597" />
            </Array>
          </mxGeometry>
        </mxCell>
        <mxCell id="jg5ry6Tag9c-0YkKa8EB-19" edge="1" parent="1" source="OB_2Yb948cWARCzSrTNX-60" style="edgeStyle=orthogonalEdgeStyle;rounded=0;orthogonalLoop=1;jettySize=auto;html=1;exitX=0.75;exitY=1;exitDx=0;exitDy=0;exitPerimeter=0;entryX=0.5;entryY=0;entryDx=0;entryDy=0;dashed=1;dashPattern=1 2;strokeWidth=3;" target="OB_2Yb948cWARCzSrTNX-70">
          <mxGeometry relative="1" as="geometry">
            <Array as="points">
              <mxPoint x="1159" y="618" />
              <mxPoint x="1576" y="618" />
            </Array>
          </mxGeometry>
        </mxCell>
        <mxCell id="jg5ry6Tag9c-0YkKa8EB-20" edge="1" parent="1" source="OB_2Yb948cWARCzSrTNX-57" style="edgeStyle=orthogonalEdgeStyle;rounded=0;orthogonalLoop=1;jettySize=auto;html=1;exitX=0.75;exitY=1;exitDx=0;exitDy=0;exitPerimeter=0;entryX=0.25;entryY=0;entryDx=0;entryDy=0;dashed=1;dashPattern=1 2;strokeWidth=3;" target="OB_2Yb948cWARCzSrTNX-70">
          <mxGeometry relative="1" as="geometry">
            <Array as="points">
              <mxPoint x="829" y="645" />
              <mxPoint x="1526" y="645" />
            </Array>
          </mxGeometry>
        </mxCell>
        <mxCell id="jg5ry6Tag9c-0YkKa8EB-21" edge="1" parent="1" source="OB_2Yb948cWARCzSrTNX-54" style="edgeStyle=orthogonalEdgeStyle;rounded=0;orthogonalLoop=1;jettySize=auto;html=1;exitX=0.75;exitY=1;exitDx=0;exitDy=0;exitPerimeter=0;entryX=0;entryY=0;entryDx=0;entryDy=72.5;entryPerimeter=0;dashed=1;dashPattern=1 2;strokeWidth=3;" target="OB_2Yb948cWARCzSrTNX-69">
          <mxGeometry relative="1" as="geometry">
            <Array as="points">
              <mxPoint x="509" y="666" />
              <mxPoint x="1416" y="666" />
              <mxPoint x="1416" y="885" />
            </Array>
          </mxGeometry>
        </mxCell>
        <mxCell id="jg5ry6Tag9c-0YkKa8EB-22" edge="1" parent="1" source="OB_2Yb948cWARCzSrTNX-51" style="edgeStyle=orthogonalEdgeStyle;rounded=0;orthogonalLoop=1;jettySize=auto;html=1;exitX=0.75;exitY=1;exitDx=0;exitDy=0;exitPerimeter=0;entryX=0;entryY=0;entryDx=0;entryDy=105;entryPerimeter=0;dashed=1;dashPattern=1 2;strokeWidth=3;" target="OB_2Yb948cWARCzSrTNX-69">
          <mxGeometry relative="1" as="geometry">
            <Array as="points">
              <mxPoint x="193" y="687" />
              <mxPoint x="1377" y="687" />
              <mxPoint x="1377" y="917" />
            </Array>
          </mxGeometry>
        </mxCell>
        <mxCell id="jg5ry6Tag9c-0YkKa8EB-23" edge="1" parent="1" source="OB_2Yb948cWARCzSrTNX-48" style="edgeStyle=orthogonalEdgeStyle;rounded=0;orthogonalLoop=1;jettySize=auto;html=1;exitX=0.75;exitY=1;exitDx=0;exitDy=0;exitPerimeter=0;entryX=0;entryY=0;entryDx=0;entryDy=137.5;entryPerimeter=0;dashed=1;dashPattern=1 2;strokeWidth=3;" target="OB_2Yb948cWARCzSrTNX-69">
          <mxGeometry relative="1" as="geometry">
            <Array as="points">
              <mxPoint x="-131" y="1125" />
              <mxPoint x="1371" y="1125" />
              <mxPoint x="1371" y="950" />
            </Array>
          </mxGeometry>
        </mxCell>
        <mxCell id="jg5ry6Tag9c-0YkKa8EB-24" edge="1" parent="1" source="OB_2Yb948cWARCzSrTNX-69" style="edgeStyle=orthogonalEdgeStyle;rounded=0;orthogonalLoop=1;jettySize=auto;html=1;exitX=0.5;exitY=1;exitDx=0;exitDy=0;exitPerimeter=0;entryX=0.75;entryY=1;entryDx=0;entryDy=0;entryPerimeter=0;dashed=1;dashPattern=1 2;strokeWidth=3;" target="OB_2Yb948cWARCzSrTNX-42">
          <mxGeometry relative="1" as="geometry">
            <Array as="points">
              <mxPoint x="1591" y="1041" />
              <mxPoint x="728" y="1041" />
            </Array>
          </mxGeometry>
        </mxCell>
-         <mxCell id="jg5ry6Tag9c-0YkKa8EB-25" edge="1" parent="1" source="OB_2Yb948cWARCzSrTNX-8" style="edgeStyle=orthogonalEdgeStyle;rounded=0;orthogonalLoop=1;jettySize=auto;html=1;exitX=0.75;exitY=1;exitDx=0;exitDy=0;exitPerimeter=0;entryX=0.25;entryY=0;entryDx=0;entryDy=0;dashed=1;dashPattern=1 2;strokeWidth=3;" target="OB_2Yb948cWARCzSrTNX-52">
-           <mxGeometry relative="1" as="geometry">
-             <Array as="points">
-               <mxPoint x="-79" y="291" />
-               <mxPoint x="65" y="291" />
-             </Array>
-           </mxGeometry>
-         </mxCell>
      </root>
    </mxGraphModel>
  </diagram>
</mxfile>
